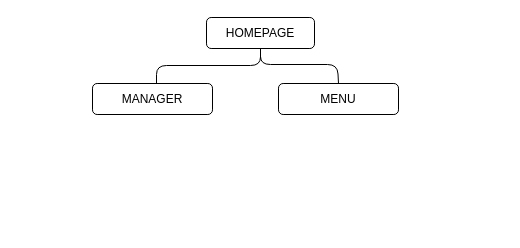
KryptoFlamingo/Inventory_Management_App keeps this draw.io diagram as documentation/User Sitemap Diagram.drawio. Above is the earlier version. Source tidied: cells renumbered, new cells numbered last; positions are measured from the earlier drawing's top-left corner, leaving out a move shared by most shapes. Both pictures are drawn from the tidied source at 100%, with x=0, y=0 at pixel (92, 17).
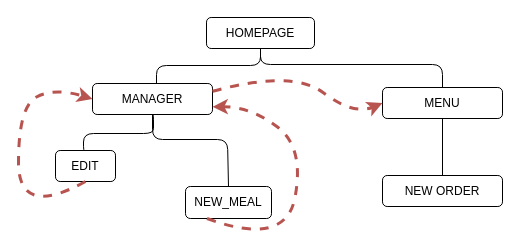
The same diagram, later.

The change refers to these unchanged cells:
```xml
<mxCell id="3" value="HOMEPAGE" style="rounded=1;whiteSpace=wrap;html=1;" parent="1" vertex="1">
  <mxGeometry x="114" width="108" height="31" as="geometry" />
</mxCell>
<mxCell id="4" value="MANAGER" style="rounded=1;whiteSpace=wrap;html=1;" parent="1" vertex="1">
  <mxGeometry y="66" width="120" height="31" as="geometry" />
</mxCell>
```

What changed in the source:
```diff
@@
     <mxCell id="5" value="MENU" style="rounded=1;whiteSpace=wrap;html=1;" parent="1" vertex="1">
-      <mxGeometry x="186" y="66" width="120" height="31" as="geometry" />
+      <mxGeometry x="290" y="70" width="120" height="31" as="geometry" />
     </mxCell>
     <mxCell id="6" style="edgeStyle=orthogonalEdgeStyle;rounded=1;jettySize=auto;html=1;endArrow=none;endFill=0;entryX=0.5;entryY=0;entryDx=0;entryDy=0;exitX=0.5;exitY=1;exitDx=0;exitDy=0;" parent="1" edge="1" source="3" target="5">
       <mxGeometry relative="1" as="geometry">
         <Array as="points">
           <mxPoint x="168" y="47" />
-          <mxPoint x="245" y="47" />
+          <mxPoint x="350" y="47" />
         </Array>
       </mxGeometry>
     </mxCell>
+    <mxCell id="7" value="EDIT" style="rounded=1;whiteSpace=wrap;html=1;" parent="1" vertex="1">
+      <mxGeometry x="-37" y="133" width="60" height="31" as="geometry" />
+    </mxCell>
+    <mxCell id="8" value="NEW_MEAL" style="rounded=1;whiteSpace=wrap;html=1;" parent="1" vertex="1">
+      <mxGeometry x="93" y="169" width="86" height="32" as="geometry" />
+    </mxCell>
+    <mxCell id="9" style="edgeStyle=orthogonalEdgeStyle;rounded=1;jettySize=auto;html=1;endArrow=none;endFill=0;exitX=0.5;exitY=1;exitDx=0;exitDy=0;entryX=0.5;entryY=0;entryDx=0;entryDy=0;" parent="1" edge="1" source="4" target="7">
+      <mxGeometry relative="1" as="geometry">
+        <Array as="points">
+          <mxPoint x="61" y="97" />
+          <mxPoint x="61" y="116" />
+          <mxPoint x="-9" y="116" />
+        </Array>
+      </mxGeometry>
+    </mxCell>
+    <mxCell id="10" style="endArrow=none;html=1;exitX=0.5;exitY=1;exitDx=0;exitDy=0;entryX=0.5;entryY=0;entryDx=0;entryDy=0;rounded=1;" parent="1" edge="1" source="4" target="8">
+      <mxGeometry relative="1" as="geometry">
+        <Array as="points">
+          <mxPoint x="60" y="122" />
+          <mxPoint x="135" y="122" />
+        </Array>
+      </mxGeometry>
+    </mxCell>
+    <mxCell id="11" style="curved=1;endArrow=classic;html=1;exitX=0.25;exitY=1;exitDx=0;exitDy=0;entryX=1;entryY=0.75;entryDx=0;entryDy=0;fillColor=#f8cecc;strokeColor=#b85450;dashed=1;strokeWidth=3;" parent="1" edge="1" source="8" target="4">
+      <mxGeometry relative="1" as="geometry">
+        <Array as="points">
+          <mxPoint x="193" y="230" />
+          <mxPoint x="212" y="130" />
+          <mxPoint x="158" y="89" />
+        </Array>
+      </mxGeometry>
+    </mxCell>
+    <mxCell id="12" style="curved=1;endArrow=classic;html=1;exitX=0.5;exitY=1;exitDx=0;exitDy=0;entryX=0;entryY=0.5;entryDx=0;entryDy=0;fillColor=#f8cecc;strokeColor=#b85450;dashed=1;strokeWidth=3;" parent="1" edge="1" source="7" target="4">
+      <mxGeometry relative="1" as="geometry">
+        <Array as="points">
+          <mxPoint x="-74" y="201" />
+          <mxPoint x="-74" y="89" />
+          <mxPoint x="-38" y="70" />
+        </Array>
+      </mxGeometry>
+    </mxCell>
+    <mxCell id="13" value="NEW ORDER" style="rounded=1;whiteSpace=wrap;html=1;" parent="1" vertex="1">
+      <mxGeometry x="290" y="158" width="120" height="31" as="geometry" />
+    </mxCell>
+    <mxCell id="14" style="endArrow=none;html=1;strokeWidth=1;entryX=0.5;entryY=1;entryDx=0;entryDy=0;exitX=0.5;exitY=0;exitDx=0;exitDy=0;" parent="1" edge="1" source="13" target="5">
+      <mxGeometry relative="1" as="geometry" />
+    </mxCell>
+    <mxCell id="15" style="curved=1;endArrow=classic;html=1;exitX=1;exitY=0.25;exitDx=0;exitDy=0;entryX=0;entryY=0.5;entryDx=0;entryDy=0;fillColor=#f8cecc;strokeColor=#b85450;dashed=1;strokeWidth=3;" parent="1" edge="1" source="4" target="5">
+      <mxGeometry relative="1" as="geometry">
+        <Array as="points">
+          <mxPoint x="200" y="52" />
+          <mxPoint x="261" y="98" />
+        </Array>
+      </mxGeometry>
+    </mxCell>
```
